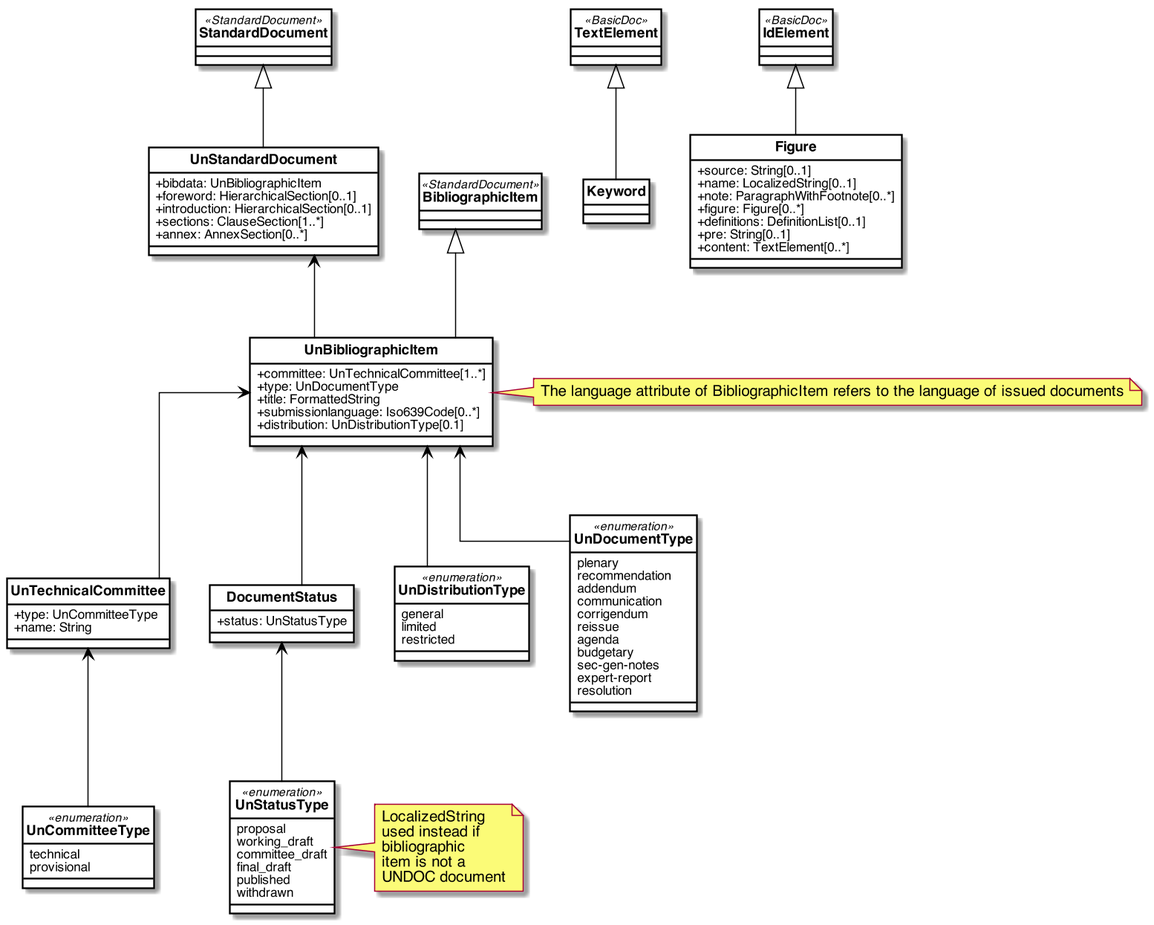
The PlantUML diagram un/images/UnDocument.png in metanorma/standoc-models, before a commit.
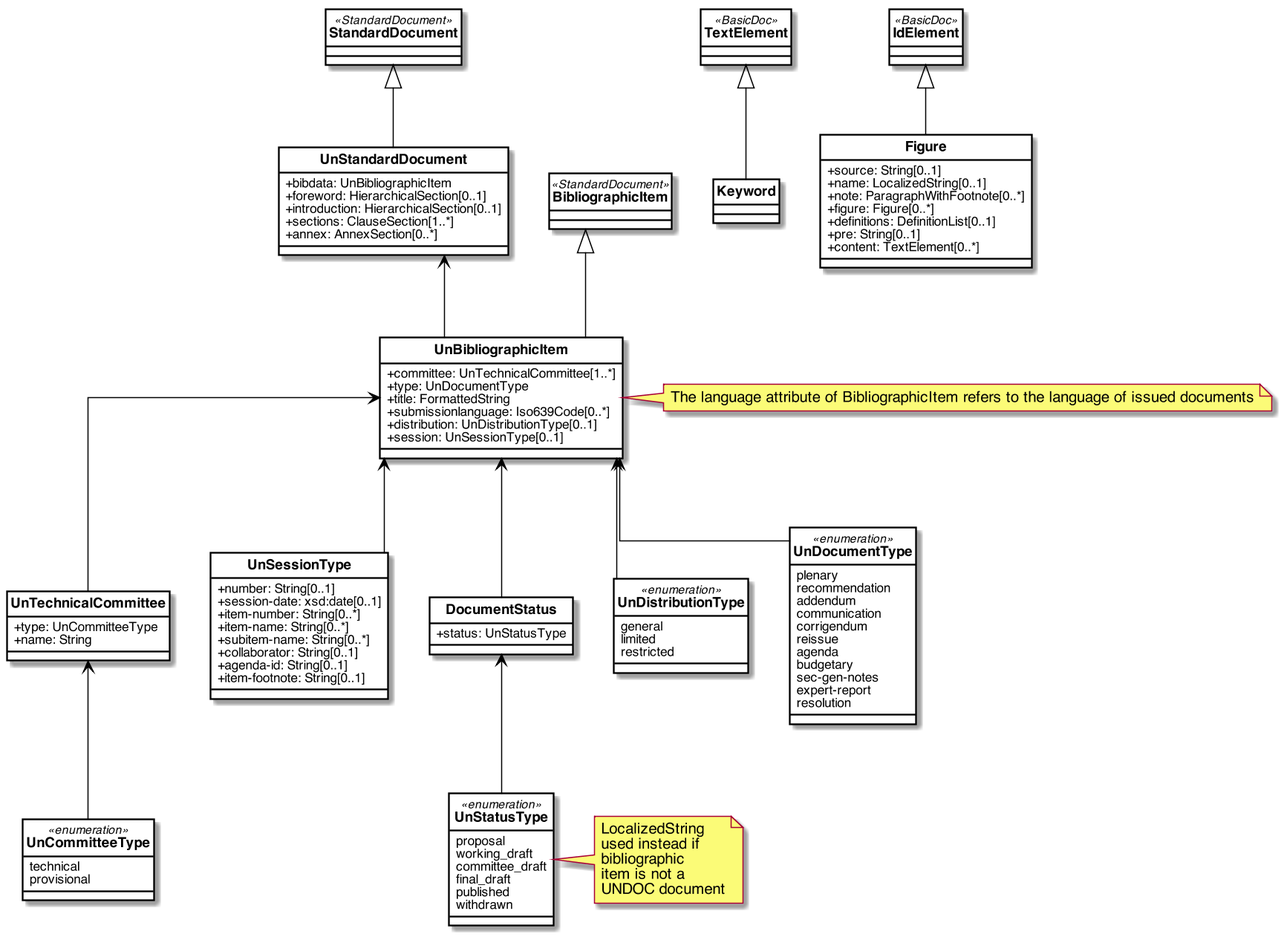
Later version of the same file.

Commit message:
session modelling

What changed in the source:
```diff
@@ -62,12 +62,24 @@
     +type: UnDocumentType
     +title: FormattedString
     +submissionlanguage: Iso639Code[0..*]
-    +distribution: UnDistributionType[0.1]
+    +distribution: UnDistributionType[0..1]
+    +session: UnSessionType[0..1]
 }
 
 class UnTechnicalCommittee{
     +type: UnCommitteeType
     +name: String
+}
+
+class UnSessionType{
+    +number: String[0..1]
+    +session-date: xsd:date[0..1]
+    +item-number: String[0..*]
+    +item-name: String[0..*]
+    +subitem-name: String[0..*]
+    +collaborator: String[0..1]
+    +agenda-id: String[0..1]
+    +item-footnote: String[0..1]
 }
 
 class DocumentStatus{
@@ -141,6 +153,7 @@
 UnBibliographicItem <-- UnDocumentType
 UnBibliographicItem <-- DocumentStatus
 UnBibliographicItem <-- UnDistributionType
+UnBibliographicItem <-- UnSessionType
 
 UnTechnicalCommittee <-- UnCommitteeType
 DocumentStatus <-- UnStatusType
```
